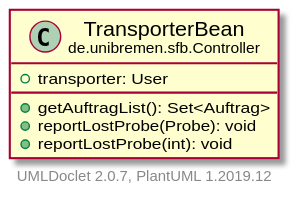
Above: doc/UML/modulsichtSVG/TransporterBean.svg in fkehlenb/softwareprojekt-2 (PlantUML), before the change.
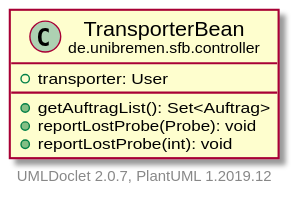
The same diagram one commit later.

Change to the diagram source:
```diff
@@ -3,7 +3,7 @@
     hide empty fields
     hide empty methods
 
-    class "<size:14>TransporterBean\n<size:10>de.unibremen.sfb.Controller" as de.unibremen.sfb.Controller.TransporterBean [[TransporterBean.html]] {
+    class "<size:14>TransporterBean\n<size:10>de.unibremen.sfb.controller" as de.unibremen.sfb.controller.TransporterBean [[TransporterBean.html]] {
         +transporter: User
         +getAuftragList(): Set<Auftrag>
         +reportLostProbe(Probe): void
```
